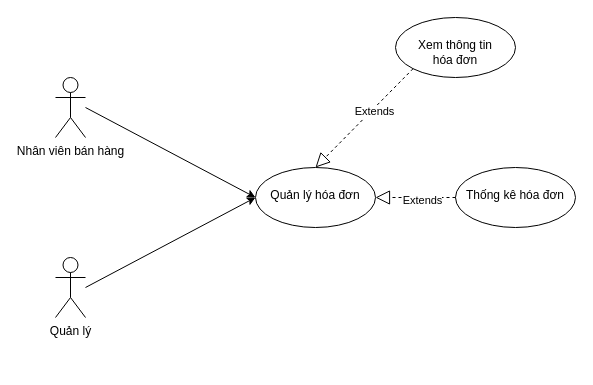
The draw.io diagram diagram/bills.drawio in dungph/KMA_CTKH11, before the edit. Source tidied: cells renumbered, new cells numbered last; positions are measured from the earlier drawing's top-left corner, leaving out a move shared by most shapes. Both pictures are drawn from the tidied source at 100%, with x=0, y=0 at pixel (55, 17).
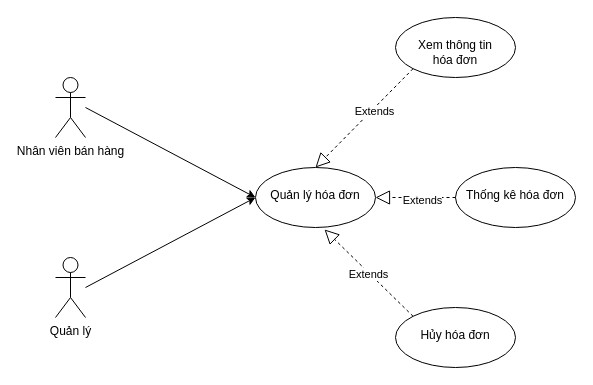
Above is the later version.

Change to the diagram source:
```diff
@@
 <mxGraphModel>
   <root>
     <mxCell id="0" />
     <mxCell id="1" parent="0" />
     <mxCell id="2" value="Quản lý" style="shape=umlActor;verticalLabelPosition=bottom;verticalAlign=top;html=1;" parent="1" vertex="1">
       <mxGeometry y="240" width="30" height="60" as="geometry" />
     </mxCell>
     <mxCell id="3" value="Nhân viên bán hàng" style="shape=umlActor;verticalLabelPosition=bottom;verticalAlign=top;html=1;" parent="1" vertex="1">
       <mxGeometry y="60" width="30" height="60" as="geometry" />
     </mxCell>
     <mxCell id="4" value="&lt;br&gt;Quản lý hóa đơn" style="ellipse;whiteSpace=wrap;html=1;verticalAlign=top;" parent="1" vertex="1">
       <mxGeometry x="200" y="150" width="120" height="60" as="geometry" />
     </mxCell>
     <mxCell id="5" style="endArrow=classic;html=1;rounded=0;" parent="1" edge="1">
       <mxGeometry relative="1" as="geometry">
         <mxPoint x="30" y="90" as="sourcePoint" />
         <mxPoint x="200" y="180" as="targetPoint" />
       </mxGeometry>
     </mxCell>
     <mxCell id="6" style="endArrow=classic;html=1;rounded=0;" parent="1" edge="1">
       <mxGeometry relative="1" as="geometry">
         <mxPoint x="30" y="270" as="sourcePoint" />
         <mxPoint x="200" y="180" as="targetPoint" />
       </mxGeometry>
     </mxCell>
     <mxCell id="7" value="&lt;br&gt;Thống kê hóa đơn" style="ellipse;whiteSpace=wrap;html=1;verticalAlign=top;" parent="1" vertex="1">
       <mxGeometry x="400" y="150" width="120" height="60" as="geometry" />
     </mxCell>
     <mxCell id="8" value="&lt;br&gt;Xem thông tin&lt;br&gt;hóa đơn" style="ellipse;whiteSpace=wrap;html=1;verticalAlign=top;" parent="1" vertex="1">
       <mxGeometry x="340" width="120" height="60" as="geometry" />
     </mxCell>
     <mxCell id="9" style="endArrow=block;dashed=1;endFill=0;endSize=12;html=1;rounded=0;exitX=0;exitY=1;exitDx=0;exitDy=0;entryX=0.5;entryY=0;entryDx=0;entryDy=0;" parent="1" edge="1" source="8" target="4">
       <mxGeometry relative="1" as="geometry" />
     </mxCell>
     <mxCell id="10" value="Extends" style="edgeLabel;html=1;align=center;verticalAlign=middle;" parent="9" vertex="1">
       <mxGeometry x="-0.16" y="2" relative="1" as="geometry" />
     </mxCell>
     <mxCell id="11" style="endArrow=block;dashed=1;endFill=0;endSize=12;html=1;rounded=0;exitX=0;exitY=0.5;exitDx=0;exitDy=0;entryX=1;entryY=0.5;entryDx=0;entryDy=0;" parent="1" edge="1" source="7" target="4">
       <mxGeometry relative="1" as="geometry" />
     </mxCell>
     <mxCell id="12" value="Extends" style="edgeLabel;html=1;align=center;verticalAlign=middle;" parent="11" vertex="1">
       <mxGeometry x="-0.16" y="2" relative="1" as="geometry" />
     </mxCell>
+    <mxCell id="13" value="&lt;br&gt;Hủy hóa đơn" style="ellipse;whiteSpace=wrap;html=1;verticalAlign=top;" parent="1" vertex="1">
+      <mxGeometry x="340" y="290" width="120" height="60" as="geometry" />
+    </mxCell>
+    <mxCell id="14" style="endArrow=block;dashed=1;endFill=0;endSize=12;html=1;rounded=0;exitX=0;exitY=0;exitDx=0;exitDy=0;entryX=0.575;entryY=1.033;entryDx=0;entryDy=0;entryPerimeter=0;" parent="1" edge="1" source="13" target="4">
+      <mxGeometry relative="1" as="geometry" />
+    </mxCell>
+    <mxCell id="15" value="Extends" style="edgeLabel;html=1;align=center;verticalAlign=middle;" parent="14" vertex="1">
+      <mxGeometry x="0.25" y="2" relative="1" as="geometry">
+        <mxPoint x="12" y="11" as="offset" />
+      </mxGeometry>
+    </mxCell>
   </root>
 </mxGraphModel>
```
